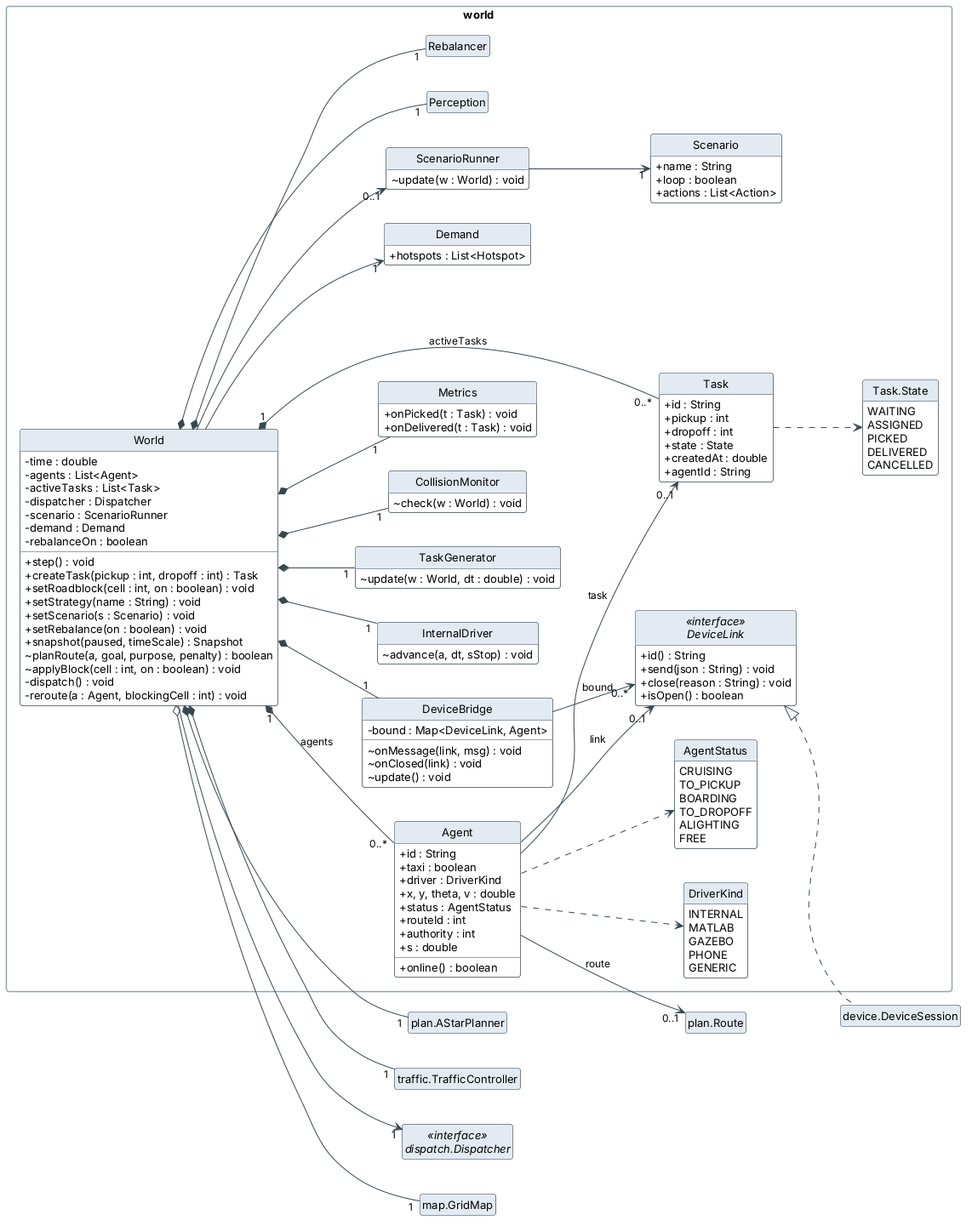
Above: docs/images/uml/class-world.png in fuzeliang1/ZongC (PlantUML), before the change. The source it was exported from:
```plantuml
@startuml class-world
!include _style.iuml
left to right direction

package "world" {
  class World {
    - time : double
    - agents : List<Agent>
    - activeTasks : List<Task>
    - dispatcher : Dispatcher
    - scenario : ScenarioRunner
    - demand : Demand
    - rebalanceOn : boolean
    + step() : void
    + createTask(pickup : int, dropoff : int) : Task
    + setRoadblock(cell : int, on : boolean) : void
    + setStrategy(name : String) : void
    + setScenario(s : Scenario) : void
    + setRebalance(on : boolean) : void
    + snapshot(paused, timeScale) : Snapshot
    ~ planRoute(a, goal, purpose, penalty) : boolean
    ~ applyBlock(cell : int, on : boolean) : void
    - dispatch() : void
    - reroute(a : Agent, blockingCell : int) : void
  }
  class Agent {
    + id : String
    + taxi : boolean
    + driver : DriverKind
    + x, y, theta, v : double
    + status : AgentStatus
    + routeId : int
    + authority : int
    + s : double
    + online() : boolean
  }
  class Task {
    + id : String
    + pickup : int
    + dropoff : int
    + state : State
    + createdAt : double
    + agentId : String
  }
  enum AgentStatus {
    CRUISING
    TO_PICKUP
    BOARDING
    TO_DROPOFF
    ALIGHTING
    FREE
  }
  enum DriverKind {
    INTERNAL
    MATLAB
    GAZEBO
    PHONE
    GENERIC
  }
  enum "Task.State" as TaskState {
    WAITING
    ASSIGNED
    PICKED
    DELIVERED
    CANCELLED
  }
  class InternalDriver {
    ~ advance(a, dt, sStop) : void
  }
  class TaskGenerator {
    ~ update(w : World, dt : double) : void
  }
  class CollisionMonitor {
    ~ check(w : World) : void
  }
  class Metrics {
    + onPicked(t : Task) : void
    + onDelivered(t : Task) : void
  }
  class ScenarioRunner {
    ~ update(w : World) : void
  }
  class Scenario {
    + name : String
    + loop : boolean
    + actions : List<Action>
  }
  class Demand {
    + hotspots : List<Hotspot>
  }
  class DeviceBridge {
    - bound : Map<DeviceLink, Agent>
    ~ onMessage(link, msg) : void
    ~ onClosed(link) : void
    ~ update() : void
  }
  interface DeviceLink <<interface>> {
    + id() : String
    + send(json : String) : void
    + close(reason : String) : void
    + isOpen() : boolean
  }
  class Perception
  class Rebalancer
}
class "device.DeviceSession" as DeviceSession
class "plan.Route" as Route
class "plan.AStarPlanner" as AStarPlanner
class "traffic.TrafficController" as TrafficController
interface "dispatch.Dispatcher" as Dispatcher <<interface>>
class "map.GridMap" as GridMap
hide Perception members
hide Rebalancer members
hide DeviceSession members
hide Route members
hide AStarPlanner members
hide TrafficController members
hide Dispatcher members
hide GridMap members

World "1" *-- "0..*" Agent : agents
World "1" *-- "0..*" Task : activeTasks
World *-- "1" InternalDriver
World *-- "1" TaskGenerator
World *-- "1" CollisionMonitor
World *-- "1" Metrics
World *-- "1" DeviceBridge
World *-- "1" Perception
World *-- "1" Rebalancer
World *-- "1" TrafficController
World *-- "1" AStarPlanner
World --> "1" Dispatcher
World o-- "1" GridMap
World --> "0..1" ScenarioRunner
World --> "1" Demand
ScenarioRunner --> "1" Scenario
Agent --> "0..1" Task : task
Agent --> "0..1" Route : route
Agent --> "0..1" DeviceLink : link
Agent ..> AgentStatus
Agent ..> DriverKind
Task ..> TaskState
DeviceBridge --> "0..*" DeviceLink : bound
DeviceLink <|.. DeviceSession
@enduml
```
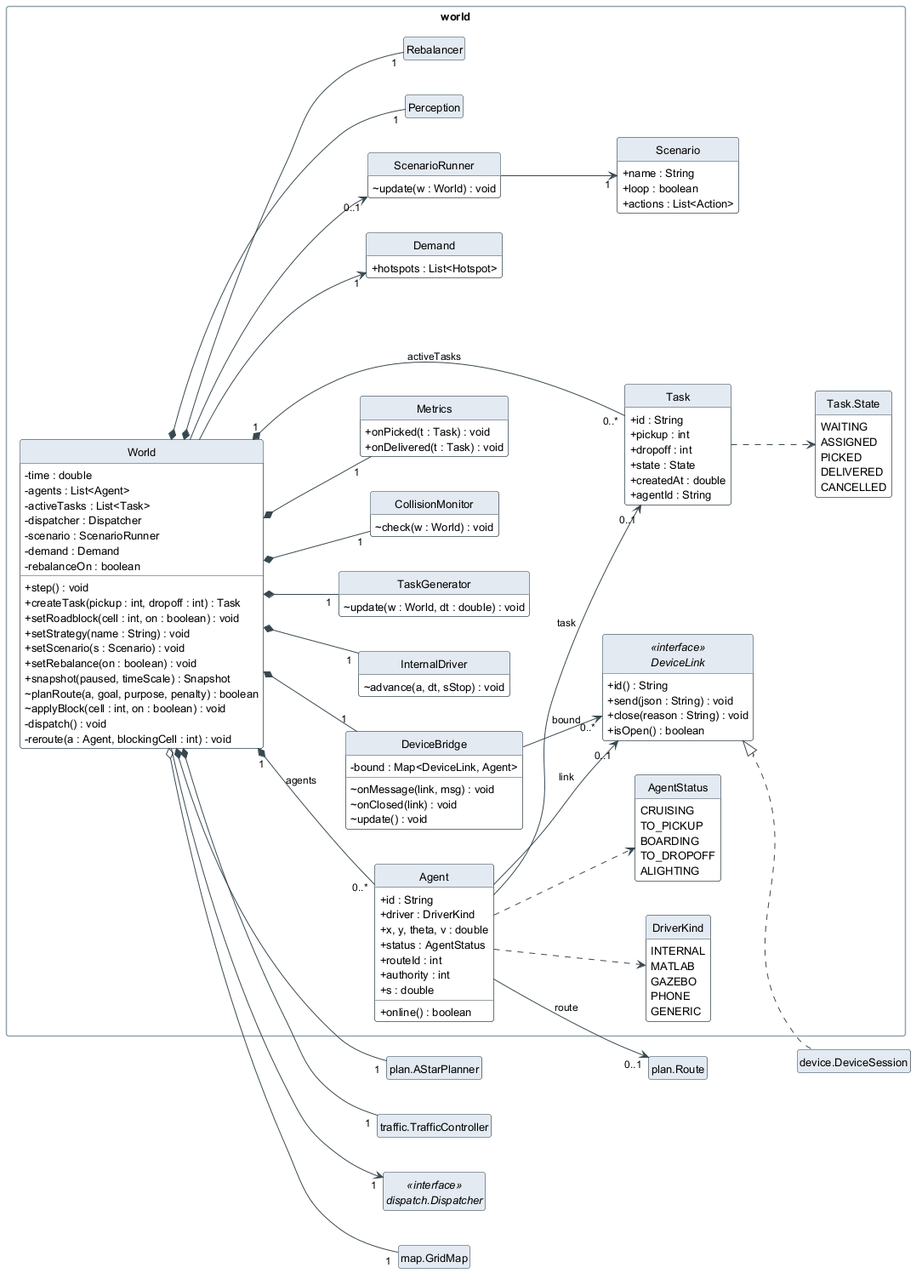
The same file after the commit.

Change to the diagram source:
```diff
@@ -25,7 +25,6 @@
   }
   class Agent {
     + id : String
-    + taxi : boolean
     + driver : DriverKind
     + x, y, theta, v : double
     + status : AgentStatus
@@ -48,7 +47,6 @@
     BOARDING
     TO_DROPOFF
     ALIGHTING
-    FREE
   }
   enum DriverKind {
     INTERNAL
```
